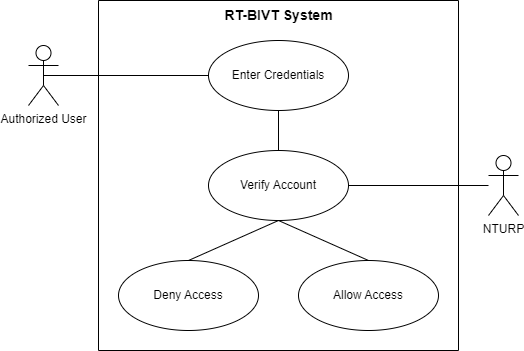
Abubakar-doc/FYP-24-SE-A-204 keeps this draw.io diagram as NTU Ride Pilot/Documentation/Diagrams/UseCaseDiagrams/SignIn.drawio.png. Above is the earlier version. Source tidied: cells renumbered, new cells last; positions are measured from the earlier drawing's top-left corner, leaving out a move shared by most shapes.
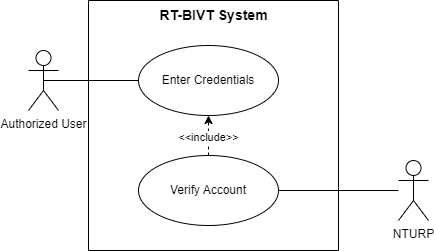
The same file after the commit.

Diff of the diagram source:
```diff
@@ -3,43 +3,34 @@
     <mxCell id="0" />
     <mxCell id="1" parent="0" />
     <mxCell id="2" style="swimlane;startSize=0;" parent="1" vertex="1">
-      <mxGeometry x="70" width="360" height="350" as="geometry" />
+      <mxGeometry x="70" width="250" height="250" as="geometry" />
     </mxCell>
-    <mxCell id="3" value="Deny Access" style="ellipse;whiteSpace=wrap;html=1;fillColor=none;" parent="2" vertex="1">
-      <mxGeometry x="20" y="260" width="140" height="70" as="geometry" />
-    </mxCell>
-    <mxCell id="4" style="edgeStyle=orthogonalEdgeStyle;rounded=0;jettySize=auto;html=1;exitX=0.5;exitY=1;exitDx=0;exitDy=0;strokeColor=default;endArrow=none;startFill=0;" parent="2" edge="1" source="5" target="6">
-      <mxGeometry relative="1" as="geometry" />
-    </mxCell>
+    <mxCell id="15" style="edgeStyle=orthogonalEdgeStyle;rounded=0;jettySize=auto;html=1;entryX=0.5;entryY=1;entryDx=0;entryDy=0;dashed=1;" parent="2" edge="1" source="6" target="5">
+      <mxGeometry relative="1" as="geometry" />
+    </mxCell>
+    <mxCell id="16" value="&amp;lt;&amp;lt;include&amp;gt;&amp;gt;" style="edgeLabel;html=1;align=center;verticalAlign=middle;" parent="15" vertex="1">
+      <mxGeometry x="-0.08" relative="1" as="geometry" />
+    </mxCell>
+    <mxCell id="8" value="RT-BIVT System" style="text;html=1;align=center;verticalAlign=middle;strokeColor=none;fillColor=none;fontSize=14;fontStyle=1;" parent="2" vertex="1">
+      <mxGeometry x="60" width="130" height="30" as="geometry" />
+    </mxCell>
     <mxCell id="5" value="Enter Credentials" style="ellipse;whiteSpace=wrap;html=1;fillColor=none;" parent="2" vertex="1">
-      <mxGeometry x="110" y="40" width="140" height="70" as="geometry" />
+      <mxGeometry x="50" y="45" width="140" height="70" as="geometry" />
     </mxCell>
     <mxCell id="6" value="Verify A&lt;span style=&quot;background-color: initial;&quot;&gt;ccount&lt;/span&gt;" style="ellipse;whiteSpace=wrap;html=1;fillColor=none;" parent="2" vertex="1">
-      <mxGeometry x="110" y="150" width="140" height="70" as="geometry" />
+      <mxGeometry x="50" y="155" width="140" height="70" as="geometry" />
     </mxCell>
-    <mxCell id="7" value="Allow Access" style="ellipse;whiteSpace=wrap;html=1;fillColor=none;" parent="2" vertex="1">
-      <mxGeometry x="200" y="260" width="140" height="70" as="geometry" />
-    </mxCell>
-    <mxCell id="8" value="RT-BIVT System" style="text;html=1;align=center;verticalAlign=middle;strokeColor=none;fillColor=none;fontSize=14;fontStyle=1;" parent="2" vertex="1">
-      <mxGeometry x="115" width="130" height="30" as="geometry" />
-    </mxCell>
-    <mxCell id="9" style="endArrow=none;html=1;rounded=0;exitX=0.5;exitY=1;exitDx=0;exitDy=0;entryX=0.5;entryY=0;entryDx=0;entryDy=0;strokeColor=default;startFill=0;" parent="2" edge="1" source="6" target="3">
-      <mxGeometry relative="1" as="geometry" />
-    </mxCell>
-    <mxCell id="10" style="endArrow=none;html=1;rounded=0;exitX=0.5;exitY=1;exitDx=0;exitDy=0;entryX=0.5;entryY=0;entryDx=0;entryDy=0;strokeColor=default;startFill=0;" parent="2" edge="1" source="6" target="7">
-      <mxGeometry relative="1" as="geometry" />
-    </mxCell>
     <mxCell id="11" value="Authorized User" style="shape=umlActor;verticalLabelPosition=bottom;verticalAlign=top;html=1;fillColor=default;" parent="1" vertex="1">
-      <mxGeometry y="45" width="30" height="60" as="geometry" />
+      <mxGeometry x="10" y="50" width="30" height="60" as="geometry" />
     </mxCell>
     <mxCell id="12" style="endArrow=none;html=1;rounded=0;exitX=0.5;exitY=0.5;exitDx=0;exitDy=0;entryX=0;entryY=0.5;entryDx=0;entryDy=0;exitPerimeter=0;strokeColor=default;startFill=0;" parent="1" edge="1" source="11" target="5">
       <mxGeometry relative="1" as="geometry" />
     </mxCell>
+    <mxCell id="14" value="NTURP" style="shape=umlActor;verticalLabelPosition=bottom;verticalAlign=top;html=1;fillColor=default;" parent="1" vertex="1">
+      <mxGeometry x="380" y="160" width="30" height="60" as="geometry" />
+    </mxCell>
     <mxCell id="13" style="edgeStyle=orthogonalEdgeStyle;rounded=0;jettySize=auto;html=1;endArrow=none;startFill=0;" parent="1" edge="1" source="14" target="6">
       <mxGeometry relative="1" as="geometry" />
     </mxCell>
-    <mxCell id="14" value="NTURP" style="shape=umlActor;verticalLabelPosition=bottom;verticalAlign=top;html=1;fillColor=default;" parent="1" vertex="1">
-      <mxGeometry x="460" y="155" width="30" height="60" as="geometry" />
-    </mxCell>
   </root>
 </mxGraphModel>
```
